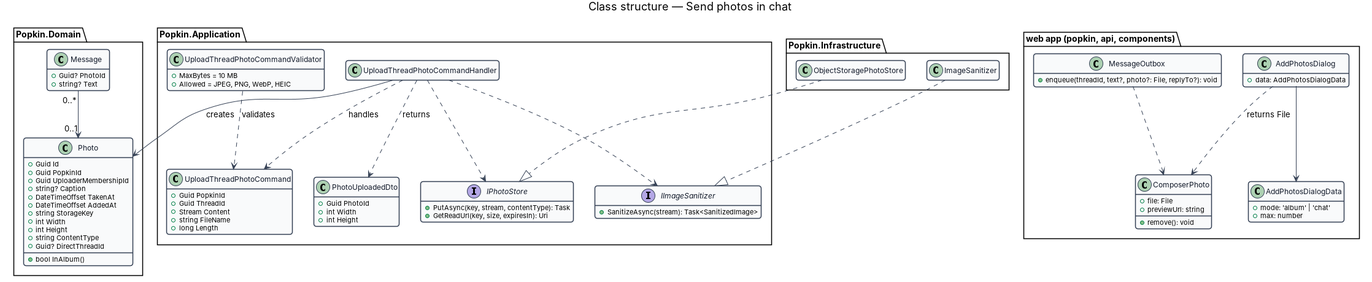
The PlantUML diagram docs/detailed-designs/chat/send-photos-in-chat/diagrams/class-structure.png in QuinntyneBrown/popkin, before a commit. Its source is kept beside it as docs/detailed-designs/chat/send-photos-in-chat/diagrams/class-structure.puml.
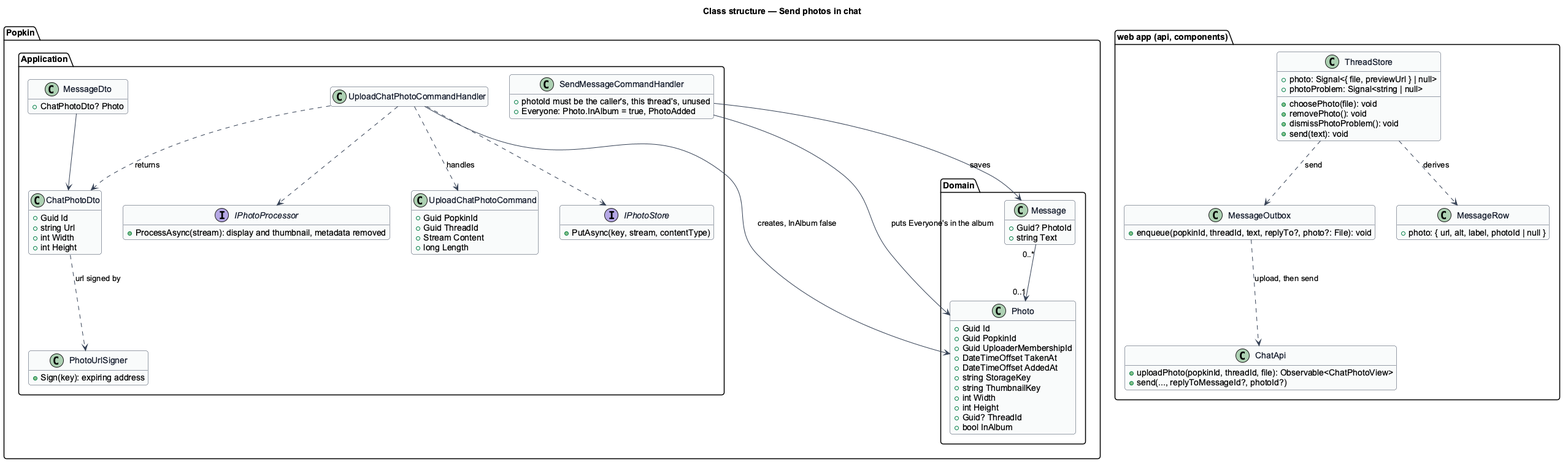
After the change.

Commit message:
Settle the design of sending photos in chat

What changed in the source:
```diff
@@ -18,78 +18,82 @@
     +Guid Id
     +Guid PopkinId
     +Guid UploaderMembershipId
-    +string? Caption
     +DateTimeOffset TakenAt
     +DateTimeOffset AddedAt
     +string StorageKey
+    +string ThumbnailKey
     +int Width
     +int Height
-    +string ContentType
-    +Guid? DirectThreadId
-    +bool InAlbum()
+    +Guid? ThreadId
+    +bool InAlbum
   }
   class Message {
     +Guid? PhotoId
-    +string? Text
+    +string Text
   }
 }
 package "Popkin.Application" {
-  class UploadThreadPhotoCommand {
+  class UploadChatPhotoCommand {
     +Guid PopkinId
     +Guid ThreadId
     +Stream Content
-    +string FileName
     +long Length
   }
-  class UploadThreadPhotoCommandValidator {
-    +MaxBytes = 10 MB
-    +Allowed = JPEG, PNG, WebP, HEIC
+  class UploadChatPhotoCommandHandler
+  class SendMessageCommandHandler {
+    +photoId must be the caller's, this thread's, unused
+    +Everyone: Photo.InAlbum = true, PhotoAdded
   }
-  class UploadThreadPhotoCommandHandler
-  class PhotoUploadedDto {
-    +Guid PhotoId
+  class ChatPhotoDto {
+    +Guid Id
+    +string Url
     +int Width
     +int Height
   }
+  class MessageDto {
+    +ChatPhotoDto? Photo
+  }
   interface IPhotoStore {
-    +PutAsync(key, stream, contentType): Task
-    +GetReadUrl(key, size, expiresIn): Uri
+    +PutAsync(key, stream, contentType)
   }
-  interface IImageSanitizer {
-    +SanitizeAsync(stream): Task<SanitizedImage>
+  interface IPhotoProcessor {
+    +ProcessAsync(stream): display and thumbnail, metadata removed
+  }
+  class PhotoUrlSigner {
+    +Sign(key): expiring address
   }
 }
-package "Popkin.Infrastructure" {
-  class ObjectStoragePhotoStore
-  class ImageSanitizer
-}
-package "web app (popkin, api, components)" {
-  class AddPhotosDialog {
-    +data: AddPhotosDialogData
-  }
-  class AddPhotosDialogData {
-    +mode: 'album' | 'chat'
-    +max: number
-  }
-  class ComposerPhoto {
-    +file: File
-    +previewUrl: string
-    +remove(): void
+package "web app (api, components)" {
+  class ThreadStore {
+    +photo: Signal<{ file, previewUrl } | null>
+    +photoProblem: Signal<string | null>
+    +choosePhoto(file): void
+    +removePhoto(): void
+    +dismissPhotoProblem(): void
+    +send(text): void
   }
   class MessageOutbox {
-    +enqueue(threadId, text?, photo?: File, replyTo?): void
+    +enqueue(popkinId, threadId, text, replyTo?, photo?: File): void
+  }
+  class ChatApi {
+    +uploadPhoto(popkinId, threadId, file): Observable<ChatPhotoView>
+    +send(..., replyToMessageId?, photoId?)
+  }
+  class MessageRow {
+    +photo: { url, alt, label, photoId | null }
   }
 }
-UploadThreadPhotoCommandHandler ..> UploadThreadPhotoCommand : handles
-UploadThreadPhotoCommandValidator ..> UploadThreadPhotoCommand : validates
-UploadThreadPhotoCommandHandler ..> IImageSanitizer
-UploadThreadPhotoCommandHandler ..> IPhotoStore
-UploadThreadPhotoCommandHandler --> Photo : creates
-UploadThreadPhotoCommandHandler ..> PhotoUploadedDto : returns
-ObjectStoragePhotoStore ..|> IPhotoStore
-ImageSanitizer ..|> IImageSanitizer
+UploadChatPhotoCommandHandler ..> UploadChatPhotoCommand : handles
+UploadChatPhotoCommandHandler ..> IPhotoProcessor
+UploadChatPhotoCommandHandler ..> IPhotoStore
+UploadChatPhotoCommandHandler --> Photo : creates, InAlbum false
+UploadChatPhotoCommandHandler ..> ChatPhotoDto : returns
+SendMessageCommandHandler --> Message : saves
+SendMessageCommandHandler --> Photo : puts Everyone's in the album
+MessageDto --> ChatPhotoDto
+ChatPhotoDto ..> PhotoUrlSigner : url signed by
 Message "0..*" --> "0..1" Photo
-AddPhotosDialog --> AddPhotosDialogData
-AddPhotosDialog ..> ComposerPhoto : returns File
-MessageOutbox ..> ComposerPhoto
+ThreadStore ..> MessageOutbox : send
+MessageOutbox ..> ChatApi : upload, then send
+ThreadStore ..> MessageRow : derives
 @enduml
```
